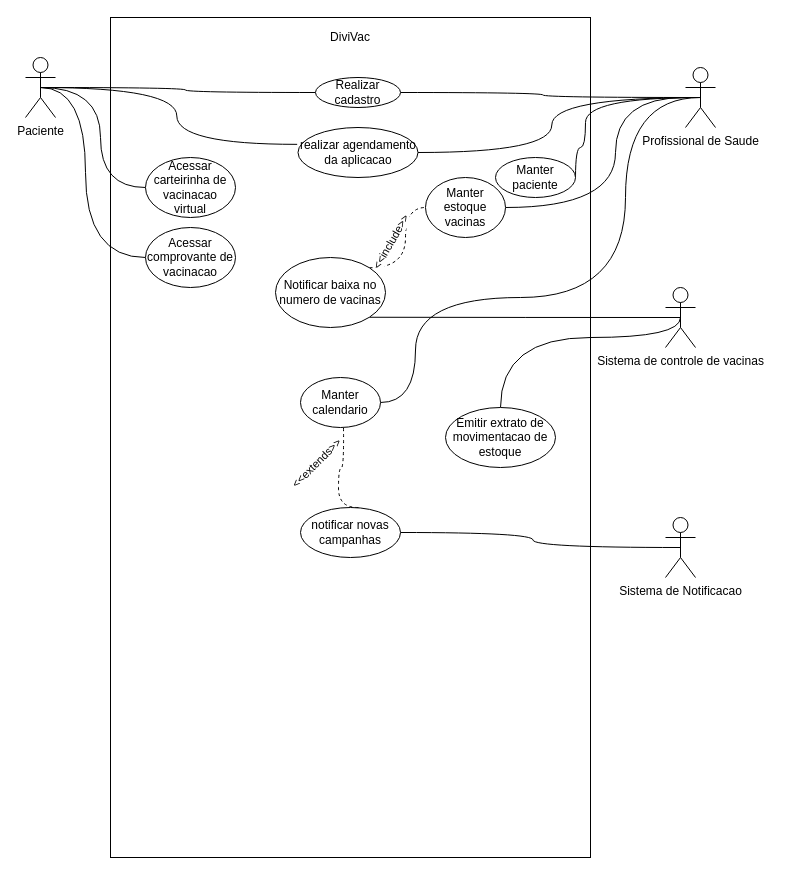
The draw.io diagram doc/casodeuso.drawio in Numb4r/DiviVac, before the edit. Source tidied: cells renumbered, new cells numbered last; positions are measured from the earlier drawing's top-left corner, leaving out a move shared by most shapes. Both pictures are drawn from the tidied source at 100%, with x=0, y=0 at pixel (25, 17).
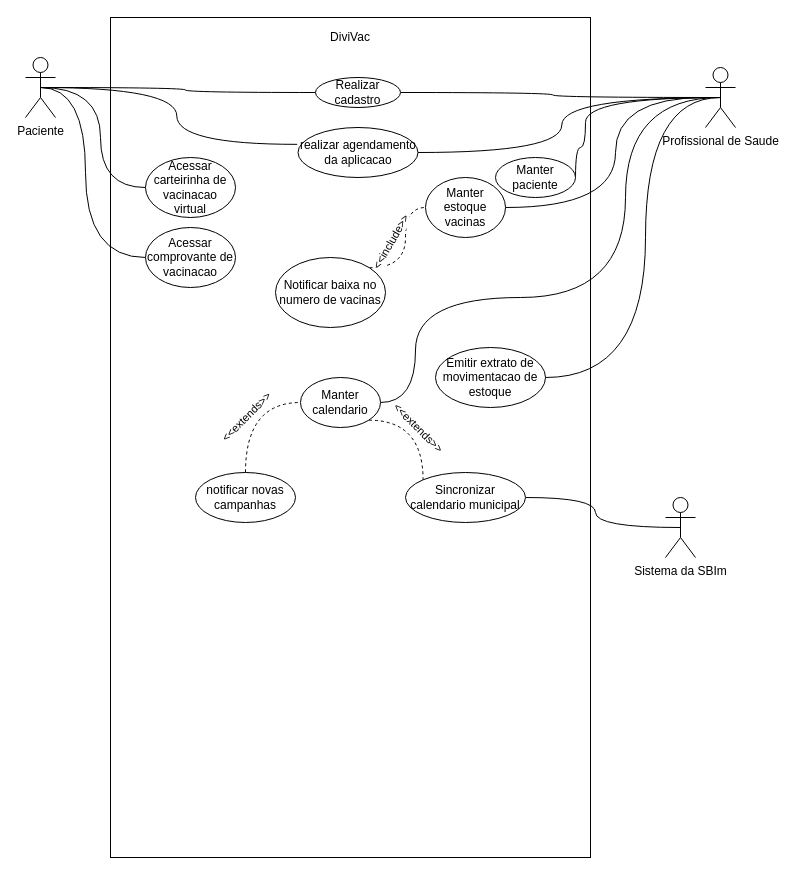
After the change.

Commit message:
Corrigo caso de uso

Unchanged cells that the change refers to:
```xml
<mxCell id="23" value="Manter calendario" style="ellipse;whiteSpace=wrap;html=1;" parent="1" vertex="1">
  <mxGeometry x="275" y="360" width="80" height="50" as="geometry" />
</mxCell>
<mxCell id="26" value="Notificar baixa no numero de vacinas" style="ellipse;whiteSpace=wrap;html=1;" parent="1" vertex="1">
  <mxGeometry x="250" y="240" width="110" height="70" as="geometry" />
</mxCell>
```

What changed in the source:
```diff
@@
+    <mxCell id="34" style="edgeStyle=orthogonalEdgeStyle;jettySize=auto;html=1;exitX=0.5;exitY=0.5;exitDx=0;exitDy=0;exitPerimeter=0;endArrow=none;endFill=0;curved=1;" parent="1" edge="1" source="8" target="32">
+      <mxGeometry relative="1" as="geometry">
+        <Array as="points">
+          <mxPoint x="620" y="80" />
+          <mxPoint x="620" y="360" />
+        </Array>
+      </mxGeometry>
+    </mxCell>
     <mxCell id="8" value="Profissional de Saude" style="shape=umlActor;verticalLabelPosition=bottom;verticalAlign=top;html=1;outlineConnect=0;" parent="1" vertex="1">
-      <mxGeometry x="660" y="50" width="30" height="60" as="geometry" />
+      <mxGeometry x="680" y="50" width="30" height="60" as="geometry" />
     </mxCell>
@@
-    <mxCell id="14" style="edgeStyle=orthogonalEdgeStyle;curved=1;jettySize=auto;html=1;exitX=0.5;exitY=0.5;exitDx=0;exitDy=0;exitPerimeter=0;entryX=1;entryY=1;entryDx=0;entryDy=0;endArrow=none;endFill=0;" parent="1" edge="1" source="16" target="26">
-      <mxGeometry relative="1" as="geometry" />
-    </mxCell>
-    <mxCell id="15" style="edgeStyle=orthogonalEdgeStyle;curved=1;jettySize=auto;html=1;exitX=0.5;exitY=0.5;exitDx=0;exitDy=0;exitPerimeter=0;endArrow=none;endFill=0;" parent="1" edge="1" source="16" target="32">
-      <mxGeometry relative="1" as="geometry">
-        <Array as="points">
-          <mxPoint x="655" y="320" />
-          <mxPoint x="475" y="320" />
-        </Array>
-      </mxGeometry>
-    </mxCell>
-    <mxCell id="16" value="Sistema de controle de vacinas" style="shape=umlActor;verticalLabelPosition=bottom;verticalAlign=top;html=1;outlineConnect=0;" parent="1" vertex="1">
-      <mxGeometry x="640" y="270" width="30" height="60" as="geometry" />
-    </mxCell>
-    <mxCell id="17" style="edgeStyle=orthogonalEdgeStyle;curved=1;jettySize=auto;html=1;exitX=0.5;exitY=0.5;exitDx=0;exitDy=0;exitPerimeter=0;endArrow=none;endFill=0;" parent="1" edge="1" source="18" target="29">
-      <mxGeometry relative="1" as="geometry" />
-    </mxCell>
+    <mxCell id="35" style="edgeStyle=orthogonalEdgeStyle;curved=1;jettySize=auto;html=1;exitX=0.5;exitY=0.5;exitDx=0;exitDy=0;exitPerimeter=0;endArrow=none;endFill=0;" parent="1" edge="1" source="18" target="38">
+      <mxGeometry relative="1" as="geometry" />
+    </mxCell>
-    <mxCell id="18" value="Sistema de Notificacao" style="shape=umlActor;verticalLabelPosition=bottom;verticalAlign=top;html=1;outlineConnect=0;" parent="1" vertex="1">
-      <mxGeometry x="640" y="500" width="30" height="60" as="geometry" />
+    <mxCell id="18" value="Sistema da SBIm" style="shape=umlActor;verticalLabelPosition=bottom;verticalAlign=top;html=1;outlineConnect=0;" parent="1" vertex="1">
+      <mxGeometry x="640" y="480" width="30" height="60" as="geometry" />
     </mxCell>
@@
+    <mxCell id="36" style="edgeStyle=orthogonalEdgeStyle;curved=1;jettySize=auto;html=1;exitX=1;exitY=1;exitDx=0;exitDy=0;entryX=0;entryY=0;entryDx=0;entryDy=0;endArrow=none;endFill=0;dashed=1;" parent="1" edge="1" source="23" target="38">
+      <mxGeometry relative="1" as="geometry" />
+    </mxCell>
+    <mxCell id="37" value="&amp;lt;&amp;lt;extends&amp;gt;&amp;gt;" style="edgeLabel;html=1;align=center;verticalAlign=middle;rotation=45;" parent="36" vertex="1">
+      <mxGeometry x="0.28" y="-10" relative="1" as="geometry">
+        <mxPoint x="5" y="-12" as="offset" />
+      </mxGeometry>
+    </mxCell>
@@
-    <mxCell id="27" style="edgeStyle=orthogonalEdgeStyle;curved=1;orthogonalLoop=1;jettySize=auto;html=1;exitX=0.5;exitY=0;exitDx=0;exitDy=0;entryX=0.5;entryY=1;entryDx=0;entryDy=0;endArrow=none;endFill=0;dashed=1;" parent="1" edge="1">
-      <mxGeometry relative="1" as="geometry">
-        <mxPoint x="333" y="490" as="sourcePoint" />
-        <mxPoint x="318" y="410" as="targetPoint" />
-      </mxGeometry>
+    <mxCell id="27" style="edgeStyle=orthogonalEdgeStyle;curved=1;jettySize=auto;html=1;exitX=0.5;exitY=0;exitDx=0;exitDy=0;entryX=0;entryY=0.5;entryDx=0;entryDy=0;endArrow=none;endFill=0;dashed=1;" parent="1" edge="1" source="29" target="23">
+      <mxGeometry relative="1" as="geometry" />
     </mxCell>
     <mxCell id="28" value="&amp;lt;&amp;lt;extends&amp;gt;&amp;gt;" style="edgeLabel;html=1;align=center;verticalAlign=middle;rotation=-45;" parent="27" vertex="1">
       <mxGeometry x="0.33" y="-3" relative="1" as="geometry">
-        <mxPoint x="-31" as="offset" />
+        <mxPoint x="-13" y="12" as="offset" />
       </mxGeometry>
     </mxCell>
     <mxCell id="29" value="notificar novas campanhas" style="ellipse;whiteSpace=wrap;html=1;" parent="1" vertex="1">
-      <mxGeometry x="275" y="490" width="100" height="50" as="geometry" />
+      <mxGeometry x="170" y="455" width="100" height="50" as="geometry" />
     </mxCell>
@@
     <mxCell id="32" value="Emitir extrato de movimentacao de estoque" style="ellipse;whiteSpace=wrap;html=1;" parent="1" vertex="1">
-      <mxGeometry x="420" y="390" width="110" height="60" as="geometry" />
+      <mxGeometry x="410" y="330" width="110" height="60" as="geometry" />
     </mxCell>
@@
+    <mxCell id="38" value="Sincronizar calendario municipal" style="ellipse;whiteSpace=wrap;html=1;" parent="1" vertex="1">
+      <mxGeometry x="380" y="455" width="120" height="50" as="geometry" />
+    </mxCell>
```
